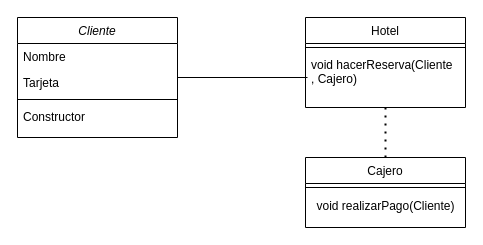
The draw.io diagram PatronesSoft1.drawio in BrancoAbalos/PatronesSoft1, before the edit. Source tidied: cells renumbered, new cells numbered last; positions are measured from the earlier drawing's top-left corner, leaving out a move shared by most shapes. Both pictures are drawn from the tidied source at 100%, with x=0, y=0 at pixel (17, 17).
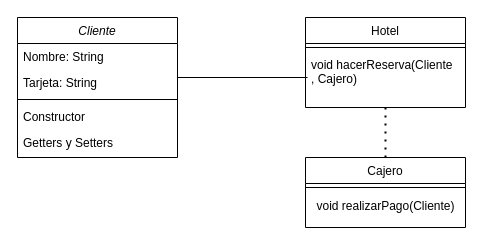
Above is the later version.

What changed in the source:
```diff
@@
 <mxGraphModel>
   <root>
     <mxCell id="0" />
     <mxCell id="1" parent="0" />
     <mxCell id="2" value="Cliente" style="swimlane;fontStyle=2;align=center;verticalAlign=top;horizontal=1;startSize=26;rounded=0;shadow=0;strokeWidth=1;" parent="1" vertex="1">
-      <mxGeometry width="160" height="120" as="geometry" />
+      <mxGeometry width="160" height="140" as="geometry" />
     </mxCell>
-    <mxCell id="3" value="Nombre" style="text;align=left;verticalAlign=top;spacingLeft=4;spacingRight=4;overflow=hidden;" parent="2" vertex="1">
+    <mxCell id="3" value="Nombre: String" style="text;align=left;verticalAlign=top;spacingLeft=4;spacingRight=4;overflow=hidden;" parent="2" vertex="1">
       <mxGeometry y="26" width="160" height="26" as="geometry" />
     </mxCell>
-    <mxCell id="4" value="Tarjeta" style="text;align=left;verticalAlign=top;spacingLeft=4;spacingRight=4;overflow=hidden;rounded=0;shadow=0;html=0;" parent="2" vertex="1">
+    <mxCell id="4" value="Tarjeta: String" style="text;align=left;verticalAlign=top;spacingLeft=4;spacingRight=4;overflow=hidden;rounded=0;shadow=0;html=0;" parent="2" vertex="1">
       <mxGeometry y="52" width="160" height="26" as="geometry" />
     </mxCell>
     <mxCell id="5" style="line;html=1;strokeWidth=1;align=left;verticalAlign=middle;spacingTop=-1;spacingLeft=3;spacingRight=3;labelPosition=right;" parent="2" vertex="1">
       <mxGeometry y="78" width="160" height="8" as="geometry" />
     </mxCell>
     <mxCell id="6" value="Constructor" style="text;align=left;verticalAlign=top;spacingLeft=4;spacingRight=4;overflow=hidden;" parent="2" vertex="1">
       <mxGeometry y="86" width="160" height="26" as="geometry" />
     </mxCell>
+    <mxCell id="15" value="Getters y Setters&#10;" style="text;align=left;verticalAlign=top;spacingLeft=4;spacingRight=4;overflow=hidden;" parent="2" vertex="1">
+      <mxGeometry y="112" width="160" height="26" as="geometry" />
+    </mxCell>
     <mxCell id="7" value="Cajero" style="swimlane;fontStyle=0;align=center;verticalAlign=top;horizontal=1;startSize=26;rounded=0;shadow=0;strokeWidth=1;" parent="1" vertex="1">
       <mxGeometry x="288" y="140" width="160" height="70" as="geometry" />
     </mxCell>
     <mxCell id="8" style="line;html=1;strokeWidth=1;align=left;verticalAlign=middle;spacingTop=-1;spacingLeft=3;spacingRight=3;labelPosition=right;" parent="7" vertex="1">
       <mxGeometry y="26" width="160" height="8" as="geometry" />
     </mxCell>
     <mxCell id="9" value="void realizarPago(Cliente)" style="text;html=1;align=center;verticalAlign=middle;strokeColor=none;fillColor=none;" parent="7" vertex="1">
       <mxGeometry y="34" width="160" height="30" as="geometry" />
     </mxCell>
     <mxCell id="10" value="Hotel" style="swimlane;fontStyle=0;align=center;verticalAlign=top;horizontal=1;startSize=26;rounded=0;shadow=0;strokeWidth=1;" parent="1" vertex="1">
       <mxGeometry x="288" width="160" height="90" as="geometry" />
     </mxCell>
     <mxCell id="11" style="line;html=1;strokeWidth=1;align=left;verticalAlign=middle;spacingTop=-1;spacingLeft=3;spacingRight=3;labelPosition=right;" parent="10" vertex="1">
       <mxGeometry y="26" width="160" height="8" as="geometry" />
     </mxCell>
     <mxCell id="12" value="void hacerReserva(Cliente&#10;, Cajero)" style="text;align=left;verticalAlign=top;spacingLeft=4;spacingRight=4;overflow=hidden;" parent="10" vertex="1">
       <mxGeometry y="34" width="160" height="36" as="geometry" />
     </mxCell>
     <mxCell id="13" style="endArrow=none;dashed=1;html=1;dashPattern=1 3;strokeWidth=2;rounded=0;exitX=0.5;exitY=0;exitDx=0;exitDy=0;entryX=0.5;entryY=1;entryDx=0;entryDy=0;" parent="1" edge="1" source="7" target="10">
       <mxGeometry relative="1" as="geometry" />
     </mxCell>
     <mxCell id="14" style="endArrow=none;html=1;rounded=0;" parent="1" edge="1">
       <mxGeometry relative="1" as="geometry">
         <mxPoint x="160" y="60" as="sourcePoint" />
         <mxPoint x="290" y="60" as="targetPoint" />
       </mxGeometry>
     </mxCell>
   </root>
 </mxGraphModel>
```
